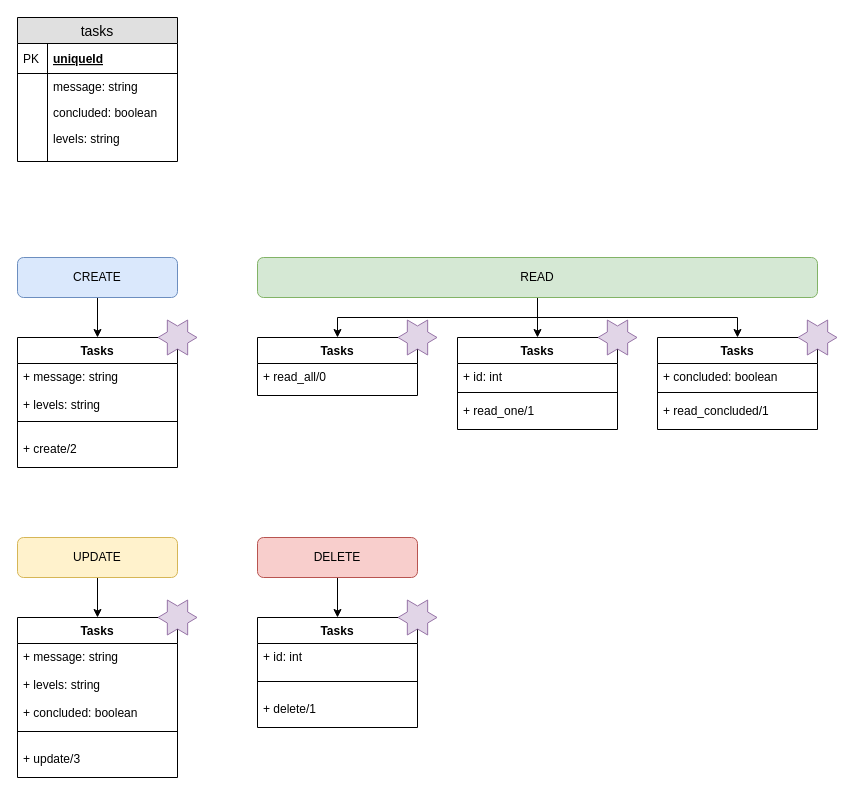
Earlier version of the draw.io diagram UML/uml.drawio (marlon-Symczecym/gerentask_file). Source tidied: cells renumbered, new cells numbered last; positions are measured from the earlier drawing's top-left corner, leaving out a move shared by most shapes. Both pictures are drawn from the tidied source at 100%, with x=0, y=0 at pixel (17, 17).
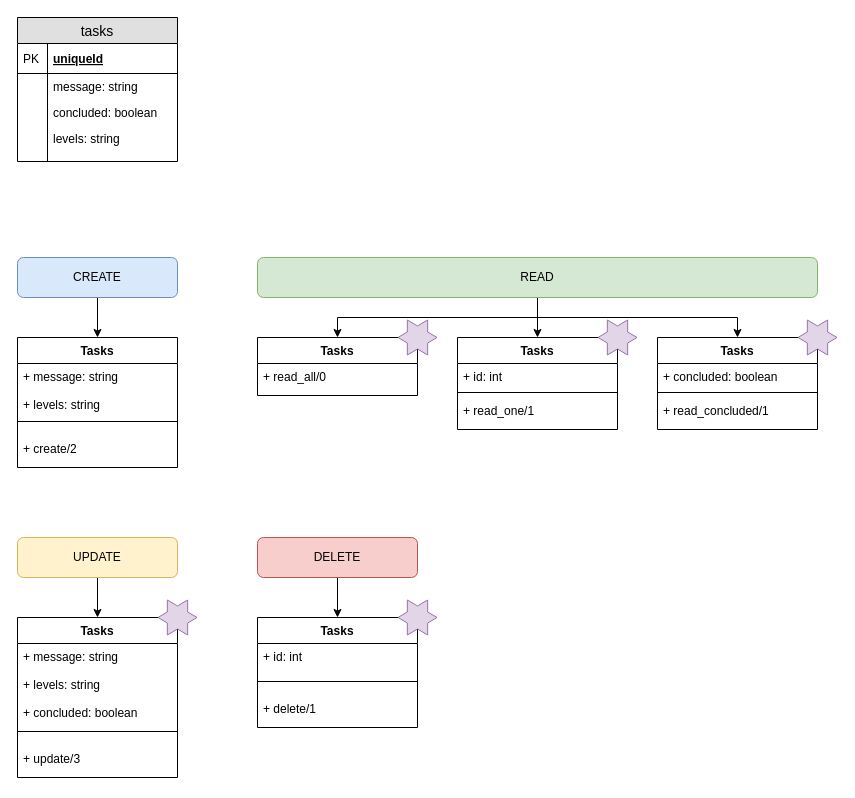
Above is the later version.

What changed in the source:
```diff
@@
-    <mxCell id="46" style="verticalLabelPosition=bottom;verticalAlign=top;html=1;shape=mxgraph.basic.6_point_star;fillColor=#e1d5e7;strokeColor=#9673a6;" parent="1" vertex="1">
-      <mxGeometry x="140.5" y="302.5" width="39" height="35" as="geometry" />
-    </mxCell>
```
